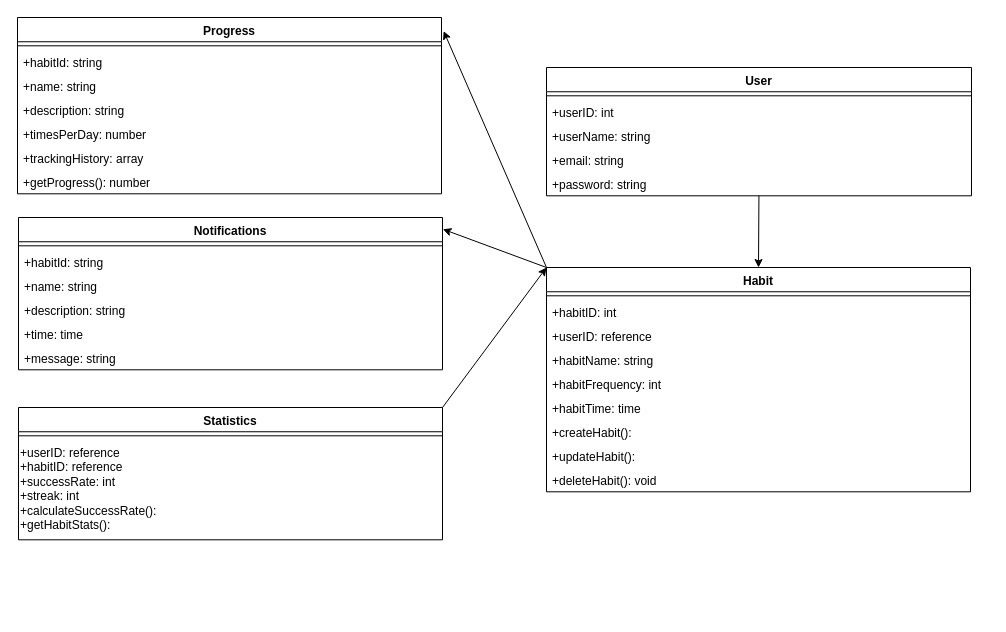
Before: Діаграма без назви.drawio in Bershania/diagrams, a draw.io diagram. Source tidied: cells renumbered, new cells numbered last; positions are measured from the earlier drawing's top-left corner, leaving out a move shared by most shapes. Both pictures are drawn from the tidied source at 100%, with x=0, y=0 at pixel (17, 17).
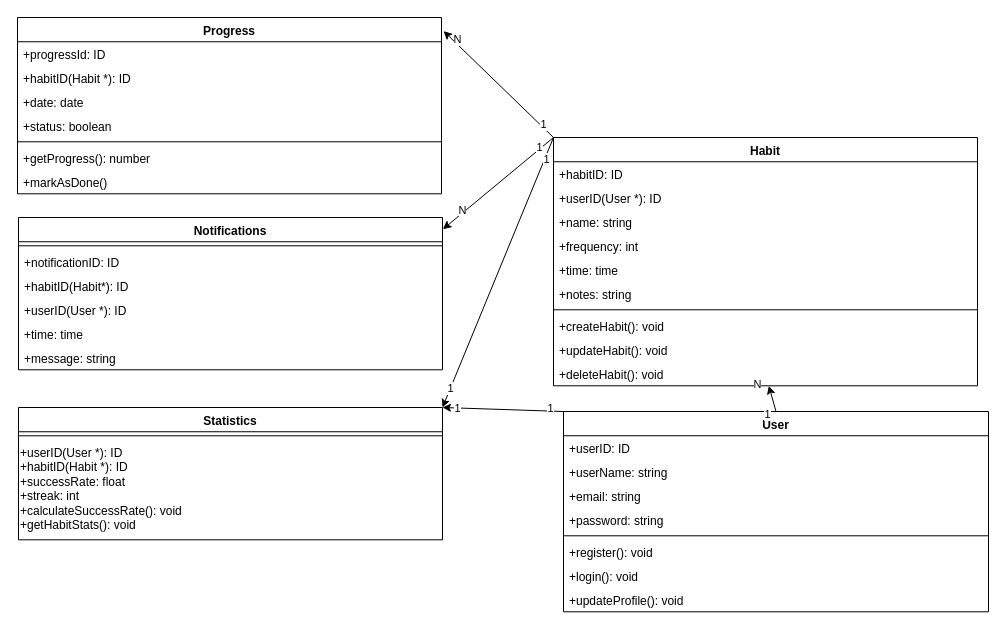
After the change.

The change refers to these unchanged cells:
```xml
<mxCell id="18" value="Progress" style="swimlane;fontStyle=1;align=center;verticalAlign=top;horizontal=1;startSize=24.258823170381433;" parent="1" vertex="1">
  <mxGeometry width="424" height="176.3" as="geometry" />
</mxCell>
<mxCell id="26" value="Notifications" style="swimlane;fontStyle=1;align=center;verticalAlign=top;horizontal=1;startSize=24.258823170381433;" parent="1" vertex="1">
  <mxGeometry x="1" y="200" width="424" height="152.3" as="geometry" />
</mxCell>
<mxCell id="33" value="Statistics" style="swimlane;fontStyle=1;align=center;verticalAlign=top;horizontal=1;startSize=24.258823170381433;" parent="1" vertex="1">
  <mxGeometry x="1" y="390" width="424" height="132.3" as="geometry" />
</mxCell>
<mxCell id="36" style="endArrow=classic;html=1;rounded=0;entryX=1.005;entryY=0.077;entryDx=0;entryDy=0;entryPerimeter=0;exitX=0;exitY=0;exitDx=0;exitDy=0;" parent="1" edge="1" source="2" target="18">
  <mxGeometry relative="1" as="geometry" />
</mxCell>
<mxCell id="37" style="endArrow=classic;html=1;rounded=0;entryX=1.001;entryY=0.077;entryDx=0;entryDy=0;entryPerimeter=0;exitX=0;exitY=0;exitDx=0;exitDy=0;" parent="1" edge="1" source="2" target="26">
  <mxGeometry relative="1" as="geometry" />
</mxCell>
```

Change to the diagram source:
```diff
@@
     <mxCell id="2" value="Habit" style="swimlane;fontStyle=1;align=center;verticalAlign=top;horizontal=1;startSize=24.258823170381433;" parent="1" vertex="1">
-      <mxGeometry x="529" y="250" width="424" height="224.3" as="geometry" />
+      <mxGeometry x="536" y="120" width="424" height="248.3" as="geometry" />
     </mxCell>
-    <mxCell id="3" style="line;strokeWidth=1;fillColor=none;align=left;verticalAlign=middle;spacingTop=-1;spacingLeft=3;spacingRight=3;labelPosition=right;strokeColor=inherit;" parent="2" vertex="1">
-      <mxGeometry y="24.3" width="424" height="8" as="geometry" />
-    </mxCell>
-    <mxCell id="4" value="+habitID: int" style="text;strokeColor=none;fillColor=none;align=left;verticalAlign=top;spacingLeft=4;spacingRight=4;overflow=hidden;" parent="2" vertex="1">
-      <mxGeometry y="32.3" width="424" height="24" as="geometry" />
+    <mxCell id="4" value="+habitID: ID" style="text;strokeColor=none;fillColor=none;align=left;verticalAlign=top;spacingLeft=4;spacingRight=4;overflow=hidden;" parent="2" vertex="1">
+      <mxGeometry y="24.3" width="424" height="24" as="geometry" />
     </mxCell>
-    <mxCell id="5" value="+userID: reference" style="text;strokeColor=none;fillColor=none;align=left;verticalAlign=top;spacingLeft=4;spacingRight=4;overflow=hidden;" parent="2" vertex="1">
-      <mxGeometry y="56.3" width="424" height="24" as="geometry" />
+    <mxCell id="5" value="+userID(User *): ID" style="text;strokeColor=none;fillColor=none;align=left;verticalAlign=top;spacingLeft=4;spacingRight=4;overflow=hidden;" parent="2" vertex="1">
+      <mxGeometry y="48.3" width="424" height="24" as="geometry" />
     </mxCell>
-    <mxCell id="6" value="+habitName: string" style="text;strokeColor=none;fillColor=none;align=left;verticalAlign=top;spacingLeft=4;spacingRight=4;overflow=hidden;" parent="2" vertex="1">
-      <mxGeometry y="80.3" width="424" height="24" as="geometry" />
+    <mxCell id="6" value="+name: string" style="text;strokeColor=none;fillColor=none;align=left;verticalAlign=top;spacingLeft=4;spacingRight=4;overflow=hidden;" parent="2" vertex="1">
+      <mxGeometry y="72.3" width="424" height="24" as="geometry" />
     </mxCell>
-    <mxCell id="7" value="+habitFrequency: int" style="text;strokeColor=none;fillColor=none;align=left;verticalAlign=top;spacingLeft=4;spacingRight=4;overflow=hidden;" parent="2" vertex="1">
-      <mxGeometry y="104.3" width="424" height="24" as="geometry" />
+    <mxCell id="7" value="+frequency: int" style="text;strokeColor=none;fillColor=none;align=left;verticalAlign=top;spacingLeft=4;spacingRight=4;overflow=hidden;" parent="2" vertex="1">
+      <mxGeometry y="96.3" width="424" height="24" as="geometry" />
     </mxCell>
-    <mxCell id="8" value="+habitTime: time" style="text;strokeColor=none;fillColor=none;align=left;verticalAlign=top;spacingLeft=4;spacingRight=4;overflow=hidden;" parent="2" vertex="1">
-      <mxGeometry y="128.3" width="424" height="24" as="geometry" />
+    <mxCell id="8" value="+time: time" style="text;strokeColor=none;fillColor=none;align=left;verticalAlign=top;spacingLeft=4;spacingRight=4;overflow=hidden;" parent="2" vertex="1">
+      <mxGeometry y="120.3" width="424" height="24" as="geometry" />
     </mxCell>
+    <mxCell id="40" value="+notes: string" style="text;strokeColor=none;fillColor=none;align=left;verticalAlign=top;spacingLeft=4;spacingRight=4;overflow=hidden;" parent="2" vertex="1">
+      <mxGeometry y="144.3" width="424" height="24" as="geometry" />
+    </mxCell>
+    <mxCell id="3" style="line;strokeWidth=1;fillColor=none;align=left;verticalAlign=middle;spacingTop=-1;spacingLeft=3;spacingRight=3;labelPosition=right;strokeColor=inherit;" parent="2" vertex="1">
+      <mxGeometry y="168.3" width="424" height="8" as="geometry" />
+    </mxCell>
-    <mxCell id="9" value="+createHabit():" style="text;strokeColor=none;fillColor=none;align=left;verticalAlign=top;spacingLeft=4;spacingRight=4;overflow=hidden;" parent="2" vertex="1">
-      <mxGeometry y="152.3" width="424" height="24" as="geometry" />
+    <mxCell id="9" value="+createHabit(): void" style="text;strokeColor=none;fillColor=none;align=left;verticalAlign=top;spacingLeft=4;spacingRight=4;overflow=hidden;" parent="2" vertex="1">
+      <mxGeometry y="176.3" width="424" height="24" as="geometry" />
     </mxCell>
-    <mxCell id="10" value="+updateHabit():" style="text;strokeColor=none;fillColor=none;align=left;verticalAlign=top;spacingLeft=4;spacingRight=4;overflow=hidden;" parent="2" vertex="1">
-      <mxGeometry y="176.3" width="424" height="24" as="geometry" />
+    <mxCell id="10" value="+updateHabit(): void" style="text;strokeColor=none;fillColor=none;align=left;verticalAlign=top;spacingLeft=4;spacingRight=4;overflow=hidden;" parent="2" vertex="1">
+      <mxGeometry y="200.3" width="424" height="24" as="geometry" />
     </mxCell>
     <mxCell id="11" value="+deleteHabit(): void" style="text;strokeColor=none;fillColor=none;align=left;verticalAlign=top;spacingLeft=4;spacingRight=4;overflow=hidden;points=[[0,0.5],[1,0.5]];portConstraint=eastwest;" parent="2" vertex="1">
-      <mxGeometry y="200.3" width="424" height="24" as="geometry" />
+      <mxGeometry y="224.3" width="424" height="24" as="geometry" />
     </mxCell>
     <mxCell id="12" value="User" style="swimlane;fontStyle=1;align=center;verticalAlign=top;horizontal=1;startSize=24.258823170381433;" parent="1" vertex="1">
-      <mxGeometry x="529" y="50" width="425" height="128.3" as="geometry" />
+      <mxGeometry x="546" y="394" width="425" height="200.3" as="geometry" />
     </mxCell>
-    <mxCell id="13" style="line;strokeWidth=1;fillColor=none;align=left;verticalAlign=middle;spacingTop=-1;spacingLeft=3;spacingRight=3;labelPosition=right;strokeColor=inherit;" parent="12" vertex="1">
-      <mxGeometry y="24.3" width="425" height="8" as="geometry" />
-    </mxCell>
-    <mxCell id="14" value="+userID: int" style="text;strokeColor=none;fillColor=none;align=left;verticalAlign=top;spacingLeft=4;spacingRight=4;overflow=hidden;" parent="12" vertex="1">
-      <mxGeometry y="32.3" width="425" height="24" as="geometry" />
+    <mxCell id="14" value="+userID: ID" style="text;strokeColor=none;fillColor=none;align=left;verticalAlign=top;spacingLeft=4;spacingRight=4;overflow=hidden;" parent="12" vertex="1">
+      <mxGeometry y="24.3" width="425" height="24" as="geometry" />
     </mxCell>
     <mxCell id="15" value="+userName: string" style="text;strokeColor=none;fillColor=none;align=left;verticalAlign=top;spacingLeft=4;spacingRight=4;overflow=hidden;" parent="12" vertex="1">
-      <mxGeometry y="56.3" width="425" height="24" as="geometry" />
+      <mxGeometry y="48.3" width="425" height="24" as="geometry" />
     </mxCell>
     <mxCell id="16" value="+email: string" style="text;strokeColor=none;fillColor=none;align=left;verticalAlign=top;spacingLeft=4;spacingRight=4;overflow=hidden;" parent="12" vertex="1">
-      <mxGeometry y="80.3" width="425" height="24" as="geometry" />
+      <mxGeometry y="72.3" width="425" height="24" as="geometry" />
     </mxCell>
     <mxCell id="17" value="+password: string&#10;" style="text;strokeColor=none;fillColor=none;align=left;verticalAlign=top;spacingLeft=4;spacingRight=4;overflow=hidden;points=[[0,0.5],[1,0.5]];portConstraint=eastwest;" parent="12" vertex="1">
-      <mxGeometry y="104.3" width="425" height="24" as="geometry" />
+      <mxGeometry y="96.3" width="425" height="24" as="geometry" />
     </mxCell>
+    <mxCell id="13" style="line;strokeWidth=1;fillColor=none;align=left;verticalAlign=middle;spacingTop=-1;spacingLeft=3;spacingRight=3;labelPosition=right;strokeColor=inherit;" parent="12" vertex="1">
+      <mxGeometry y="120.3" width="425" height="8" as="geometry" />
+    </mxCell>
+    <mxCell id="41" value="+register(): void" style="text;strokeColor=none;fillColor=none;align=left;verticalAlign=top;spacingLeft=4;spacingRight=4;overflow=hidden;" parent="12" vertex="1">
+      <mxGeometry y="128.3" width="425" height="24" as="geometry" />
+    </mxCell>
+    <mxCell id="42" value="+login(): void" style="text;strokeColor=none;fillColor=none;align=left;verticalAlign=top;spacingLeft=4;spacingRight=4;overflow=hidden;" parent="12" vertex="1">
+      <mxGeometry y="152.3" width="425" height="24" as="geometry" />
+    </mxCell>
+    <mxCell id="43" value="+updateProfile(): void" style="text;strokeColor=none;fillColor=none;align=left;verticalAlign=top;spacingLeft=4;spacingRight=4;overflow=hidden;" parent="12" vertex="1">
+      <mxGeometry y="176.3" width="425" height="24" as="geometry" />
+    </mxCell>
@@
-    <mxCell id="19" style="line;strokeWidth=1;fillColor=none;align=left;verticalAlign=middle;spacingTop=-1;spacingLeft=3;spacingRight=3;labelPosition=right;strokeColor=inherit;" parent="18" vertex="1">
-      <mxGeometry y="24.3" width="424" height="8" as="geometry" />
-    </mxCell>
-    <mxCell id="20" value="+habitId: string" style="text;strokeColor=none;fillColor=none;align=left;verticalAlign=top;spacingLeft=4;spacingRight=4;overflow=hidden;" parent="18" vertex="1">
-      <mxGeometry y="32.3" width="424" height="24" as="geometry" />
+    <mxCell id="20" value="+progressId: ID" style="text;strokeColor=none;fillColor=none;align=left;verticalAlign=top;spacingLeft=4;spacingRight=4;overflow=hidden;" parent="18" vertex="1">
+      <mxGeometry y="24.3" width="424" height="24" as="geometry" />
     </mxCell>
-    <mxCell id="21" value="+name: string" style="text;strokeColor=none;fillColor=none;align=left;verticalAlign=top;spacingLeft=4;spacingRight=4;overflow=hidden;" parent="18" vertex="1">
-      <mxGeometry y="56.3" width="424" height="24" as="geometry" />
+    <mxCell id="21" value="+habitID(Habit *): ID" style="text;strokeColor=none;fillColor=none;align=left;verticalAlign=top;spacingLeft=4;spacingRight=4;overflow=hidden;" parent="18" vertex="1">
+      <mxGeometry y="48.3" width="424" height="24" as="geometry" />
     </mxCell>
-    <mxCell id="22" value="+description: string" style="text;strokeColor=none;fillColor=none;align=left;verticalAlign=top;spacingLeft=4;spacingRight=4;overflow=hidden;" parent="18" vertex="1">
-      <mxGeometry y="80.3" width="424" height="24" as="geometry" />
+    <mxCell id="22" value="+date: date" style="text;strokeColor=none;fillColor=none;align=left;verticalAlign=top;spacingLeft=4;spacingRight=4;overflow=hidden;" parent="18" vertex="1">
+      <mxGeometry y="72.3" width="424" height="24" as="geometry" />
     </mxCell>
-    <mxCell id="23" value="+timesPerDay: number" style="text;strokeColor=none;fillColor=none;align=left;verticalAlign=top;spacingLeft=4;spacingRight=4;overflow=hidden;" parent="18" vertex="1">
-      <mxGeometry y="104.3" width="424" height="24" as="geometry" />
+    <mxCell id="23" value="+status: boolean" style="text;strokeColor=none;fillColor=none;align=left;verticalAlign=top;spacingLeft=4;spacingRight=4;overflow=hidden;" parent="18" vertex="1">
+      <mxGeometry y="96.3" width="424" height="24" as="geometry" />
     </mxCell>
-    <mxCell id="24" value="+trackingHistory: array" style="text;strokeColor=none;fillColor=none;align=left;verticalAlign=top;spacingLeft=4;spacingRight=4;overflow=hidden;" parent="18" vertex="1">
-      <mxGeometry y="128.3" width="424" height="24" as="geometry" />
-    </mxCell>
+    <mxCell id="19" style="line;strokeWidth=1;fillColor=none;align=left;verticalAlign=middle;spacingTop=-1;spacingLeft=3;spacingRight=3;labelPosition=right;strokeColor=inherit;" parent="18" vertex="1">
+      <mxGeometry y="120.3" width="424" height="8" as="geometry" />
+    </mxCell>
     <mxCell id="25" value="+getProgress(): number" style="text;strokeColor=none;fillColor=none;align=left;verticalAlign=top;spacingLeft=4;spacingRight=4;overflow=hidden;" parent="18" vertex="1">
-      <mxGeometry y="152.3" width="424" height="24" as="geometry" />
+      <mxGeometry y="128.3" width="424" height="24" as="geometry" />
     </mxCell>
+    <mxCell id="44" value="+markAsDone()" style="text;strokeColor=none;fillColor=none;align=left;verticalAlign=top;spacingLeft=4;spacingRight=4;overflow=hidden;" parent="18" vertex="1">
+      <mxGeometry y="152.3" width="424" height="24" as="geometry" />
+    </mxCell>
@@
-    <mxCell id="28" value="+habitId: string" style="text;strokeColor=none;fillColor=none;align=left;verticalAlign=top;spacingLeft=4;spacingRight=4;overflow=hidden;" parent="26" vertex="1">
+    <mxCell id="28" value="+notificationID: ID" style="text;strokeColor=none;fillColor=none;align=left;verticalAlign=top;spacingLeft=4;spacingRight=4;overflow=hidden;" parent="26" vertex="1">
       <mxGeometry y="32.3" width="424" height="24" as="geometry" />
     </mxCell>
-    <mxCell id="29" value="+name: string" style="text;strokeColor=none;fillColor=none;align=left;verticalAlign=top;spacingLeft=4;spacingRight=4;overflow=hidden;" parent="26" vertex="1">
+    <mxCell id="29" value="+habitID(Habit*): ID" style="text;strokeColor=none;fillColor=none;align=left;verticalAlign=top;spacingLeft=4;spacingRight=4;overflow=hidden;" parent="26" vertex="1">
       <mxGeometry y="56.3" width="424" height="24" as="geometry" />
     </mxCell>
-    <mxCell id="30" value="+description: string" style="text;strokeColor=none;fillColor=none;align=left;verticalAlign=top;spacingLeft=4;spacingRight=4;overflow=hidden;" parent="26" vertex="1">
+    <mxCell id="30" value="+userID(User *): ID" style="text;strokeColor=none;fillColor=none;align=left;verticalAlign=top;spacingLeft=4;spacingRight=4;overflow=hidden;" parent="26" vertex="1">
       <mxGeometry y="80.3" width="424" height="24" as="geometry" />
     </mxCell>
@@
-    <mxCell id="35" value="+userID: reference&#10;+habitID: reference&#10;+successRate: int&#10;+streak: int&#10;+calculateSuccessRate(): &#10;+getHabitStats():" style="text;whiteSpace=wrap;" parent="33" vertex="1">
+    <mxCell id="35" value="+userID(User *): ID&#10;+habitID(Habit *): ID&#10;+successRate: float&#10;+streak: int&#10;+calculateSuccessRate(): void &#10;+getHabitStats(): void" style="text;whiteSpace=wrap;" parent="33" vertex="1">
       <mxGeometry y="32.3" width="424" height="100" as="geometry" />
     </mxCell>
@@
+    <mxCell id="45" value="1" style="edgeLabel;html=1;align=center;verticalAlign=middle;" parent="36" vertex="1">
+      <mxGeometry x="-0.78" y="-2" relative="1" as="geometry" />
+    </mxCell>
+    <mxCell id="46" value="N" style="edgeLabel;html=1;align=center;verticalAlign=middle;" parent="36" vertex="1">
+      <mxGeometry x="0.8" y="-3" relative="1" as="geometry">
+        <mxPoint x="1" as="offset" />
+      </mxGeometry>
+    </mxCell>
@@
+    <mxCell id="47" value="1" style="edgeLabel;html=1;align=center;verticalAlign=middle;" parent="37" vertex="1">
+      <mxGeometry x="-0.77" y="-3" relative="1" as="geometry">
+        <mxPoint y="1" as="offset" />
+      </mxGeometry>
+    </mxCell>
+    <mxCell id="48" value="N" style="edgeLabel;html=1;align=center;verticalAlign=middle;" parent="37" vertex="1">
+      <mxGeometry x="0.63" y="-3" relative="1" as="geometry" />
+    </mxCell>
-    <mxCell id="38" style="endArrow=classic;html=1;rounded=0;entryX=0.5;entryY=0;entryDx=0;entryDy=0;" parent="1" edge="1" source="17" target="2">
+    <mxCell id="38" style="endArrow=classic;html=1;rounded=0;exitX=0.5;exitY=0;exitDx=0;exitDy=0;" parent="1" edge="1" source="12" target="11">
       <mxGeometry relative="1" as="geometry" />
     </mxCell>
+    <mxCell id="49" value="1" style="edgeLabel;html=1;align=center;verticalAlign=middle;" parent="38" vertex="1">
+      <mxGeometry x="-0.48" relative="1" as="geometry">
+        <mxPoint x="-7" y="9" as="offset" />
+      </mxGeometry>
+    </mxCell>
+    <mxCell id="50" value="N" style="edgeLabel;html=1;align=center;verticalAlign=middle;" parent="38" vertex="1">
+      <mxGeometry x="0.39" y="3" relative="1" as="geometry">
+        <mxPoint x="-11" y="-10" as="offset" />
+      </mxGeometry>
+    </mxCell>
-    <mxCell id="39" style="endArrow=classic;html=1;rounded=0;exitX=1;exitY=0;exitDx=0;exitDy=0;entryX=0;entryY=0;entryDx=0;entryDy=0;" parent="1" edge="1" source="33" target="2">
+    <mxCell id="39" style="endArrow=classic;html=1;rounded=0;exitX=0;exitY=0;exitDx=0;exitDy=0;entryX=1;entryY=0;entryDx=0;entryDy=0;" parent="1" edge="1" source="2" target="33">
       <mxGeometry relative="1" as="geometry" />
     </mxCell>
+    <mxCell id="51" value="1" style="edgeLabel;html=1;align=center;verticalAlign=middle;" parent="39" vertex="1">
+      <mxGeometry x="-0.84" y="1" relative="1" as="geometry" />
+    </mxCell>
+    <mxCell id="52" value="1" style="edgeLabel;html=1;align=center;verticalAlign=middle;" parent="39" vertex="1">
+      <mxGeometry x="0.86" relative="1" as="geometry" />
+    </mxCell>
+    <mxCell id="53" style="endArrow=classic;html=1;rounded=0;exitX=0;exitY=0;exitDx=0;exitDy=0;entryX=1;entryY=0;entryDx=0;entryDy=0;" parent="1" edge="1" source="12" target="33">
+      <mxGeometry relative="1" as="geometry" />
+    </mxCell>
+    <mxCell id="54" value="1" style="edgeLabel;html=1;align=center;verticalAlign=middle;" parent="53" vertex="1">
+      <mxGeometry x="-0.77" y="-3" relative="1" as="geometry" />
+    </mxCell>
+    <mxCell id="55" value="1" style="edgeLabel;html=1;align=center;verticalAlign=middle;" parent="53" vertex="1">
+      <mxGeometry x="0.76" relative="1" as="geometry" />
+    </mxCell>
```
